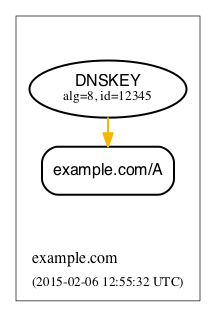
Earlier version of the Graphviz export doc/images/rrsig-rrset-unknown-alg.png (dnsviz/dnsviz). Its source is kept beside it as doc/dot/rrsig-rrset-unknown-alg.dot. Source of this version:
```dot
digraph {
  graph [compound=true, rankdir=BT, ranksep=0.3];
	node [label="\N",
		penwidth=1.5
	];
	edge [penwidth=1.5];

  subgraph "cluster_example.com" {
		graph [label=<<TABLE BORDER="0"><TR><TD ALIGN="LEFT"><FONT POINT-SIZE="12">example.com</FONT></TD></TR><TR><TD ALIGN="LEFT"><FONT POINT-SIZE="10">(2015-02-06 12:55:32 UTC)</FONT></TD></TR></TABLE>>,
				labeljust=l,
				penwidth=0.5
		];
		"cluster_example.com_top" [shape=point, style=invis];
		"cluster_example.com_bottom" [shape=point, style=invis];
		"DNSKEY-0|example.com|8|12345"	 [color="#000000",
			fillcolor="#ffffff",
			label=<<FONT POINT-SIZE="12" FACE="Helvetica">DNSKEY</FONT><BR/><FONT POINT-SIZE="10">alg=8, id=12345</FONT>>,
			shape=ellipse,
			style=filled];
    "RRset-10|example.com|A" [color="#000000",
						fillcolor="#ffffff",
						label=<<FONT POINT-SIZE="12" FACE="Helvetica">example.com/A</FONT>>,
						shape=rectangle,
						style="rounded,filled"];
  }
	"cluster_example.com_bottom" -> "RRset-10|example.com|A" [style=invis];
	"RRset-10|example.com|A" -> "DNSKEY-0|example.com|8|12345" [dir=back,
		color="#f4b800",
		style="solid"];
	"DNSKEY-0|example.com|8|12345" -> "cluster_example.com_top" [style=invis];
}
```
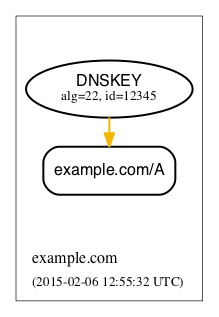
After the change.

Change to the diagram source:
```diff
@@ -12,9 +12,9 @@
 		];
 		"cluster_example.com_top" [shape=point, style=invis];
 		"cluster_example.com_bottom" [shape=point, style=invis];
-		"DNSKEY-0|example.com|8|12345"	 [color="#000000",
+		"DNSKEY-0|example.com|22|12345"	 [color="#000000",
 			fillcolor="#ffffff",
-			label=<<FONT POINT-SIZE="12" FACE="Helvetica">DNSKEY</FONT><BR/><FONT POINT-SIZE="10">alg=8, id=12345</FONT>>,
+			label=<<FONT POINT-SIZE="12" FACE="Helvetica">DNSKEY</FONT><BR/><FONT POINT-SIZE="10">alg=22, id=12345</FONT>>,
 			shape=ellipse,
 			style=filled];
     "RRset-10|example.com|A" [color="#000000",
@@ -24,8 +24,8 @@
 						style="rounded,filled"];
   }
 	"cluster_example.com_bottom" -> "RRset-10|example.com|A" [style=invis];
-	"RRset-10|example.com|A" -> "DNSKEY-0|example.com|8|12345" [dir=back,
+	"RRset-10|example.com|A" -> "DNSKEY-0|example.com|22|12345" [dir=back,
 		color="#f4b800",
 		style="solid"];
-	"DNSKEY-0|example.com|8|12345" -> "cluster_example.com_top" [style=invis];
+	"DNSKEY-0|example.com|22|12345" -> "cluster_example.com_top" [style=invis];
 }
```
